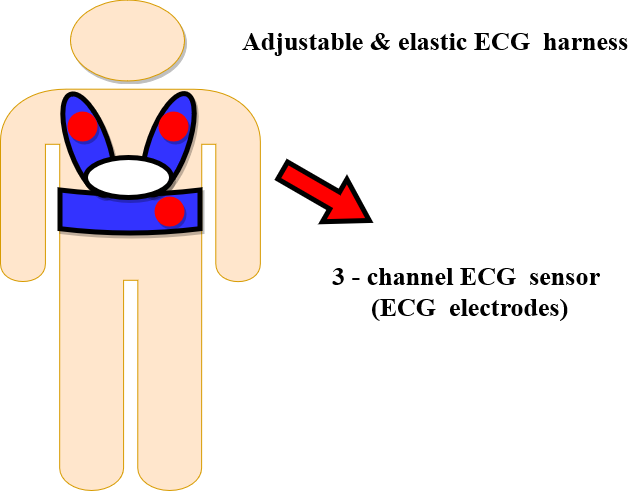
The draw.io diagram IEEEtran/Images/ECG-Harness.png in LuLaBl/IEEE_PaperRepo, before a commit. Source tidied: cells renumbered, new cells last; positions are measured from the earlier drawing's top-left corner, leaving out a move shared by most shapes.
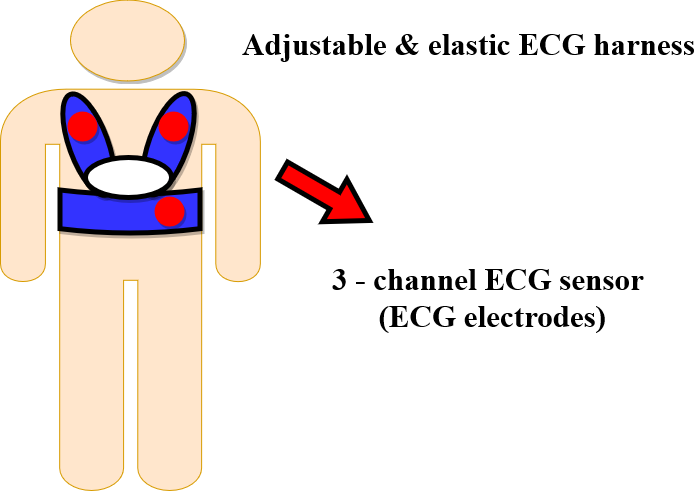
The same file after the commit.

What changed in the source:
```diff
@@ -26,13 +26,13 @@
     <mxCell id="9" style="ellipse;whiteSpace=wrap;html=1;shadow=1;strokeWidth=5;fillColor=#FF0000;fontSize=15;strokeColor=none;" parent="1" vertex="1">
       <mxGeometry x="67" y="111" width="30" height="30" as="geometry" />
     </mxCell>
-    <mxCell id="10" value="Adjustable &amp;amp; elastic ECG&amp;nbsp; harness" style="text;html=1;align=left;verticalAlign=top;spacingTop=-4;fontSize=26;fontStyle=1;fontFamily=Times New Roman;" parent="1" vertex="1">
-      <mxGeometry x="240" y="25" width="380" height="30" as="geometry" />
+    <mxCell id="10" value="&lt;font style=&quot;font-size: 31px&quot;&gt;Adjustable &amp;amp; elastic ECG harness&lt;/font&gt;" style="text;html=1;align=left;verticalAlign=top;spacingTop=-4;fontSize=26;fontStyle=1;fontFamily=Times New Roman;" parent="1" vertex="1">
+      <mxGeometry x="240" y="25" width="440" height="30" as="geometry" />
     </mxCell>
     <mxCell id="11" value="&lt;b&gt;&lt;br&gt;&lt;/b&gt;" style="text;html=1;align=left;verticalAlign=top;spacingTop=-4;fontSize=26;fontFamily=Times New Roman;" parent="1" vertex="1">
       <mxGeometry x="291" y="216" width="20" height="30" as="geometry" />
     </mxCell>
-    <mxCell id="12" value="&lt;b&gt;3 - channel ECG&amp;nbsp; sensor&lt;br&gt;&amp;nbsp;&amp;nbsp;&amp;nbsp;&amp;nbsp;&amp;nbsp; (ECG&amp;nbsp; electrodes)&lt;/b&gt;" style="text;html=1;fontSize=26;fontFamily=Times New Roman;" parent="1" vertex="1">
+    <mxCell id="12" value="&lt;font style=&quot;font-size: 31px&quot;&gt;&lt;b&gt;3 - channel ECG sensor&lt;br&gt;&amp;nbsp;&amp;nbsp;&amp;nbsp;&amp;nbsp;&amp;nbsp; (ECG electrodes)&lt;/b&gt;&lt;/font&gt;" style="text;html=1;fontSize=26;fontFamily=Times New Roman;" parent="1" vertex="1">
       <mxGeometry x="330" y="256" width="300" height="80" as="geometry" />
     </mxCell>
     <mxCell id="13" style="html=1;shadow=0;dashed=0;align=center;verticalAlign=middle;shape=mxgraph.arrows2.arrow;dy=0.6;dx=40;direction=north;notch=0;strokeWidth=5;fillColor=#FF0000;fontFamily=Times New Roman;fontSize=26;rotation=120;" parent="1" vertex="1">
```
